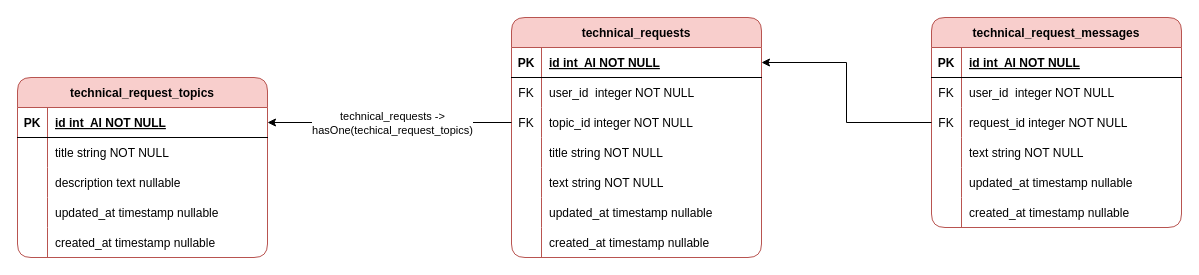
The draw.io diagram page "Support" (8 of 9) of devStorage/DatabaseModel.drawio in AndrewVozniak/WorldPath, before the edit. Source tidied: cells renumbered, new cells numbered last; positions are measured from the earlier drawing's top-left corner, leaving out a move shared by most shapes. Both pictures are drawn from the tidied source at 100%, with x=0, y=0 at pixel (17, 17).
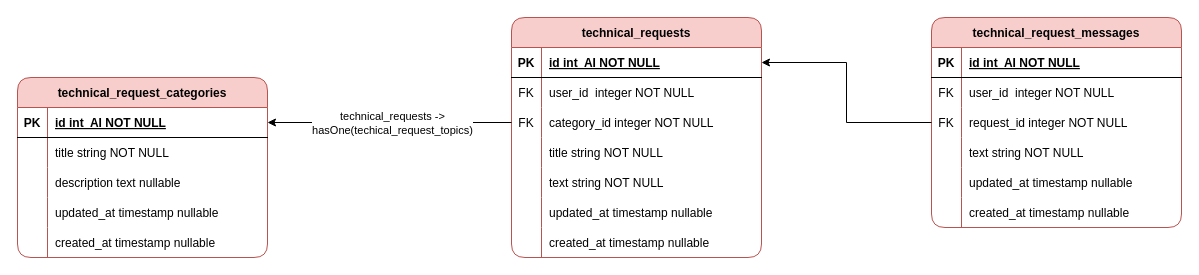
The same page after the edit.

The change refers to these unchanged cells:
```xml
<mxCell id="9" style="shape=partialRectangle;fillColor=none;points=[[0,0.5],[1,0.5]];portConstraint=eastwest;top=0;left=0;right=0;bottom=0;" parent="2" vertex="1">
  <mxGeometry y="90" width="250" height="30" as="geometry" />
</mxCell>
```

Diff of the diagram source:
```diff
@@
-    <mxCell id="11" value="topic_id integer NOT NULL" style="shape=partialRectangle;overflow=hidden;fillColor=none;top=0;left=0;bottom=0;right=0;align=left;spacingLeft=6;" parent="9" vertex="1">
+    <mxCell id="11" value="category_id integer NOT NULL" style="shape=partialRectangle;overflow=hidden;fillColor=none;top=0;left=0;bottom=0;right=0;align=left;spacingLeft=6;" parent="9" vertex="1">
       <mxGeometry x="30" width="220" height="30" as="geometry" />
     </mxCell>
@@
-    <mxCell id="24" value="technical_request_topics" style="shape=table;startSize=30;childLayout=tableLayout;rowLines=0;fontStyle=1;align=center;fillColor=#f8cecc;strokeColor=#b85450;rounded=1;" parent="1" vertex="1">
+    <mxCell id="24" value="technical_request_categories" style="shape=table;startSize=30;childLayout=tableLayout;rowLines=0;fontStyle=1;align=center;fillColor=#f8cecc;strokeColor=#b85450;rounded=1;" parent="1" vertex="1">
       <mxGeometry y="60" width="250" height="180" as="geometry" />
     </mxCell>
```
